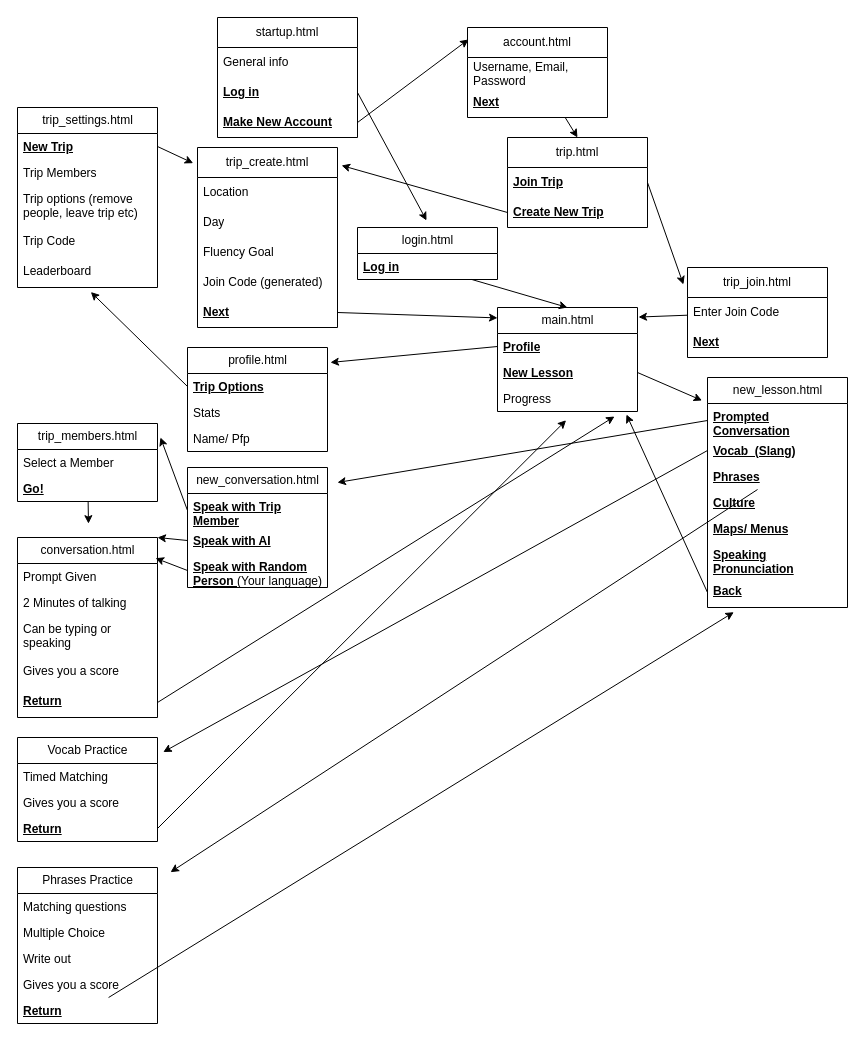
Above: overview/flowchart/chart.drawio in JacobPercy/travel-web-app (draw.io), before the change. Source tidied: cells renumbered, new cells numbered last; positions are measured from the earlier drawing's top-left corner, leaving out a move shared by most shapes. Both pictures are drawn from the tidied source at 100%, with x=0, y=0 at pixel (17, 17).
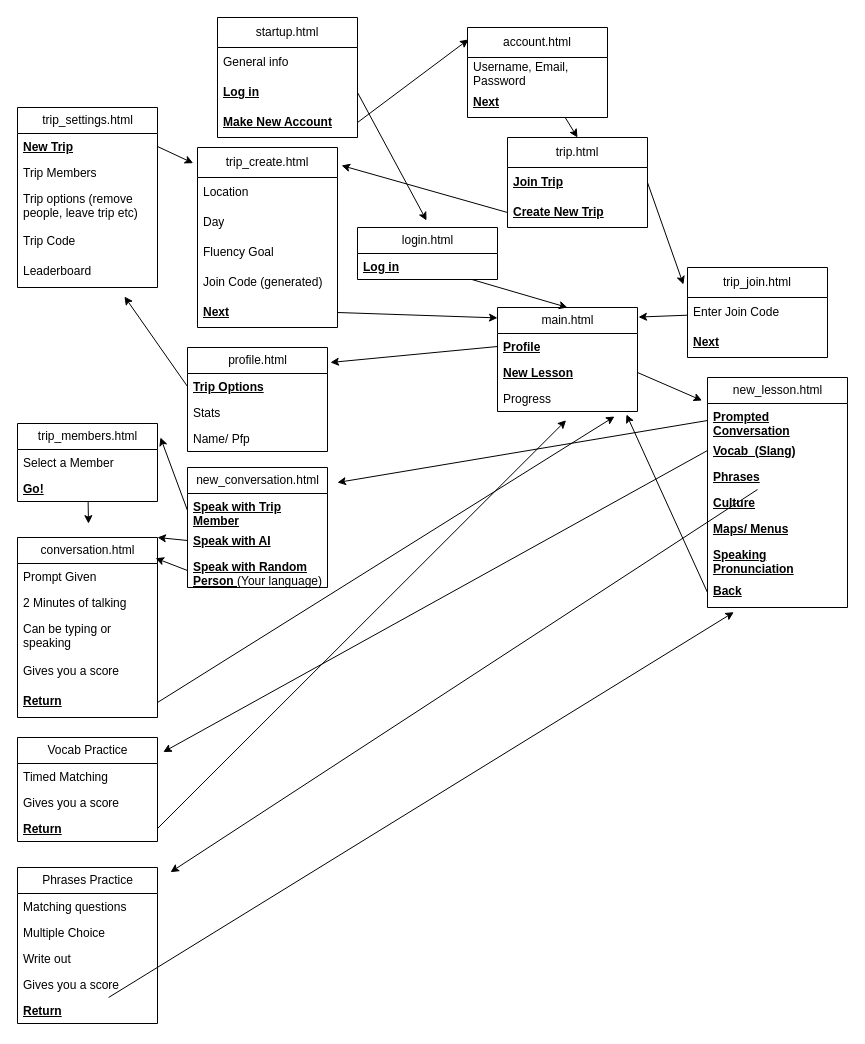
Above is the later version.

The change refers to these unchanged cells:
```xml
<mxCell id="32" value="&lt;b&gt;&lt;u&gt;Trip Options&lt;/u&gt;&lt;/b&gt;" style="text;strokeColor=none;fillColor=none;align=left;verticalAlign=top;spacingLeft=4;spacingRight=4;overflow=hidden;points=[[0,0.5],[1,0.5]];portConstraint=eastwest;whiteSpace=wrap;html=1;" parent="31" vertex="1">
  <mxGeometry y="26" width="140" height="26" as="geometry" />
</mxCell>
<mxCell id="41" value="Leaderboard" style="text;strokeColor=none;fillColor=none;align=left;verticalAlign=top;spacingLeft=4;spacingRight=4;overflow=hidden;points=[[0,0.5],[1,0.5]];portConstraint=eastwest;whiteSpace=wrap;html=1;" parent="36" vertex="1">
  <mxGeometry y="150" width="140" height="30" as="geometry" />
</mxCell>
```

Change to the diagram source:
```diff
@@
-    <mxCell id="42" style="edgeStyle=none;html=1;entryX=0.524;entryY=1.151;entryDx=0;entryDy=0;entryPerimeter=0;exitX=0;exitY=0.5;exitDx=0;exitDy=0;" parent="1" edge="1" source="32" target="41">
+    <mxCell id="42" style="edgeStyle=none;html=1;entryX=0.764;entryY=1.3;entryDx=0;entryDy=0;entryPerimeter=0;exitX=0;exitY=0.5;exitDx=0;exitDy=0;" parent="1" edge="1" source="32" target="41">
       <mxGeometry relative="1" as="geometry" />
     </mxCell>
```
